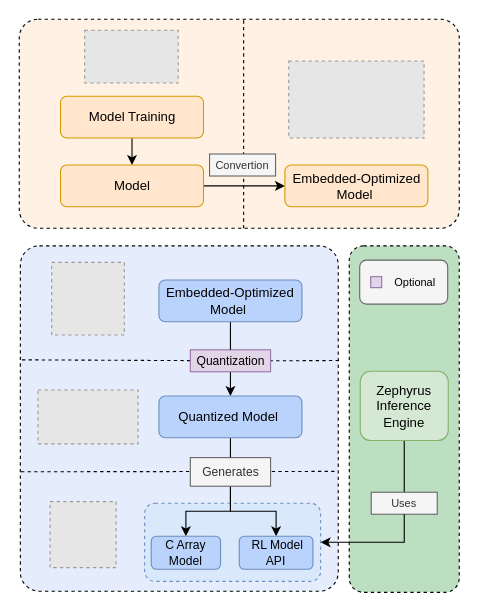
The draw.io diagram page "Page-1" (1 of 2) of 2. Analysis/1. System Overview/model_conversion.drawio in esrg-silent-howl/zephyrus, before the edit. Source tidied: cells renumbered, new cells numbered last; positions are measured from the earlier drawing's top-left corner, leaving out a move shared by most shapes. Both pictures are drawn from the tidied source at 110%, with x=0, y=0 at pixel (19, 19). Pictures stored in the file or linked from it are replaced by grey dashed boxes.
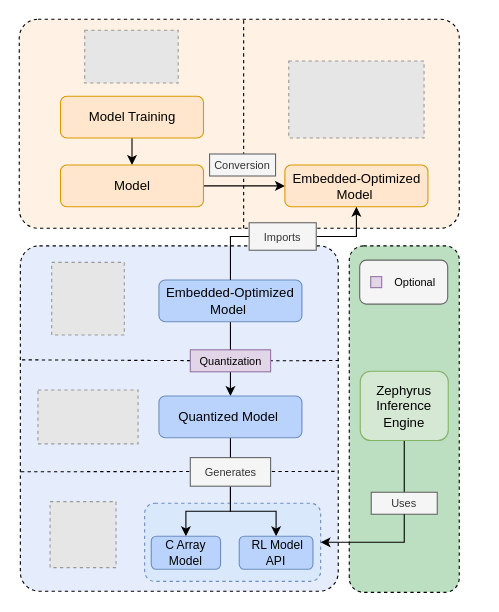
After the change.

Unchanged cells that the change refers to:
```xml
<mxCell id="23" value="Embedded-Optimized Model&amp;nbsp;" style="rounded=1;whiteSpace=wrap;html=1;fillColor=#ffe6cc;strokeColor=#d79b00;fontSize=12;" parent="1" vertex="1">
  <mxGeometry x="241.5" y="132.5" width="130" height="38" as="geometry" />
</mxCell>
<mxCell id="25" value="Embedded-Optimized Model&amp;nbsp;" style="rounded=1;whiteSpace=wrap;html=1;fillColor=#BAD3FC;strokeColor=#6c8ebf;fontSize=12;" parent="1" vertex="1">
  <mxGeometry x="127" y="237" width="130" height="38" as="geometry" />
</mxCell>
```

The edit, as a diff of the source:
```diff
@@
-    <mxCell id="15" value="Quantization" style="text;html=1;align=center;verticalAlign=middle;whiteSpace=wrap;rounded=0;fontSize=11;fillColor=#e1d5e7;strokeColor=#9673a6;" parent="1" vertex="1">
+    <mxCell id="15" value="&lt;font style=&quot;font-size: 10px&quot;&gt;Quantization&lt;/font&gt;" style="text;html=1;align=center;verticalAlign=middle;whiteSpace=wrap;rounded=0;fontSize=11;fillColor=#e1d5e7;strokeColor=#9673a6;" parent="1" vertex="1">
       <mxGeometry x="155.5" y="300.5" width="73" height="20" as="geometry" />
     </mxCell>
@@
-    <mxCell id="20" value="Generates" style="text;html=1;strokeColor=#666666;fillColor=#f5f5f5;align=center;verticalAlign=middle;whiteSpace=wrap;rounded=0;fontSize=11;fontColor=#333333;" parent="1" vertex="1">
+    <mxCell id="20" value="&lt;font style=&quot;font-size: 10px&quot;&gt;Generates&lt;/font&gt;" style="text;html=1;strokeColor=#666666;fillColor=#f5f5f5;align=center;verticalAlign=middle;whiteSpace=wrap;rounded=0;fontSize=11;fontColor=#333333;" parent="1" vertex="1">
       <mxGeometry x="155.5" y="398.5" width="73" height="26" as="geometry" />
     </mxCell>
@@
-    <mxCell id="39" value="&lt;font style=&quot;font-size: 10px&quot;&gt;Convertion&lt;/font&gt;" style="text;html=1;strokeColor=#666666;fillColor=#f5f5f5;align=center;verticalAlign=middle;whiteSpace=wrap;rounded=0;fontSize=11;fontColor=#333333;" parent="1" vertex="1">
+    <mxCell id="39" value="&lt;font style=&quot;font-size: 10px&quot;&gt;Conversion&lt;/font&gt;" style="text;html=1;strokeColor=#666666;fillColor=#f5f5f5;align=center;verticalAlign=middle;whiteSpace=wrap;rounded=0;fontSize=11;fontColor=#333333;" parent="1" vertex="1">
       <mxGeometry x="173" y="122.5" width="60" height="20" as="geometry" />
     </mxCell>
+    <mxCell id="40" style="edgeStyle=orthogonalEdgeStyle;rounded=0;jettySize=auto;html=1;exitX=1;exitY=0.5;exitDx=0;exitDy=0;entryX=0.5;entryY=1;entryDx=0;entryDy=0;" parent="1" edge="1" source="42" target="23">
+      <mxGeometry relative="1" as="geometry" />
+    </mxCell>
+    <mxCell id="41" style="edgeStyle=orthogonalEdgeStyle;rounded=0;jettySize=auto;html=1;exitX=0;exitY=0.5;exitDx=0;exitDy=0;entryX=0.5;entryY=0;entryDx=0;entryDy=0;endArrow=none;endFill=0;" parent="1" edge="1" source="42" target="25">
+      <mxGeometry relative="1" as="geometry">
+        <Array as="points">
+          <mxPoint x="192" y="198" />
+        </Array>
+      </mxGeometry>
+    </mxCell>
+    <mxCell id="42" value="&lt;font style=&quot;font-size: 10px&quot;&gt;Imports&lt;/font&gt;" style="text;html=1;strokeColor=#666666;fillColor=#f5f5f5;align=center;verticalAlign=middle;whiteSpace=wrap;rounded=0;fontSize=11;fontColor=#333333;" parent="1" vertex="1">
+      <mxGeometry x="209" y="185" width="61" height="25" as="geometry" />
+    </mxCell>
```
